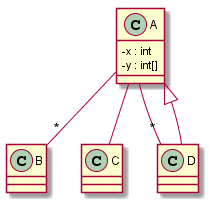
Earlier version of the PlantUML export UML parser/output.png (DhirajGurnani/umlparsercmpe202).
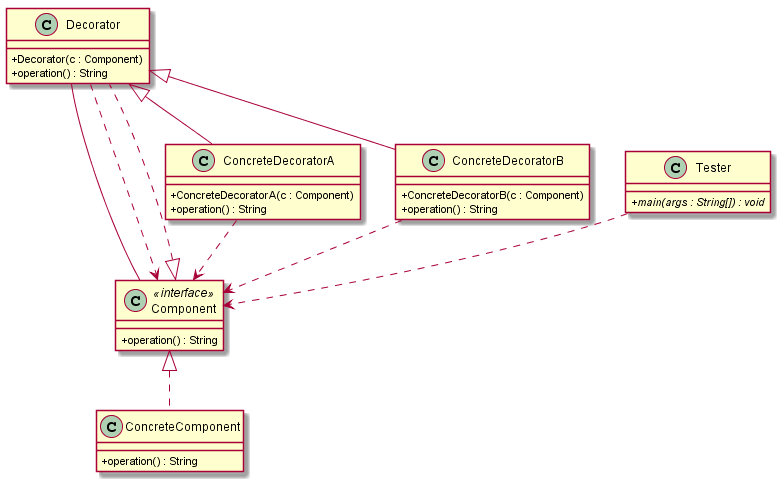
Later version of the same file.

What changed in the source:
```diff
@@ -1,17 +1,33 @@
 @startuml
 skinparam classAttributeIconSize 0
-A -- "*" B
-A -- C
-A -- "*" D
-class A {
--x : int
--y : int[]
+Decorator -- Component
+ConcreteDecoratorA ..> Component
+ConcreteDecoratorB ..> Component
+Decorator ..> Component
+Tester ..> Component
+class Component <<interface>>  {
++ operation() : String
 }
-class B {
+Component <|.. ConcreteComponent
+class ConcreteComponent {
++ operation() : String
 }
-class C {
+Decorator  ^-- ConcreteDecoratorA
+class ConcreteDecoratorA {
++ ConcreteDecoratorA(c : Component)
++ operation() : String
 }
-A  ^-- D
-class D {
+Decorator  ^-- ConcreteDecoratorB
+class ConcreteDecoratorB {
++ ConcreteDecoratorB(c : Component)
++ operation() : String
+}
+Component <|.. Decorator
+class Decorator {
++ Decorator(c : Component)
++ operation() : String
+}
+class Tester {
+{abstract} + main(args : String[]) : void
 }
 @enduml
```
